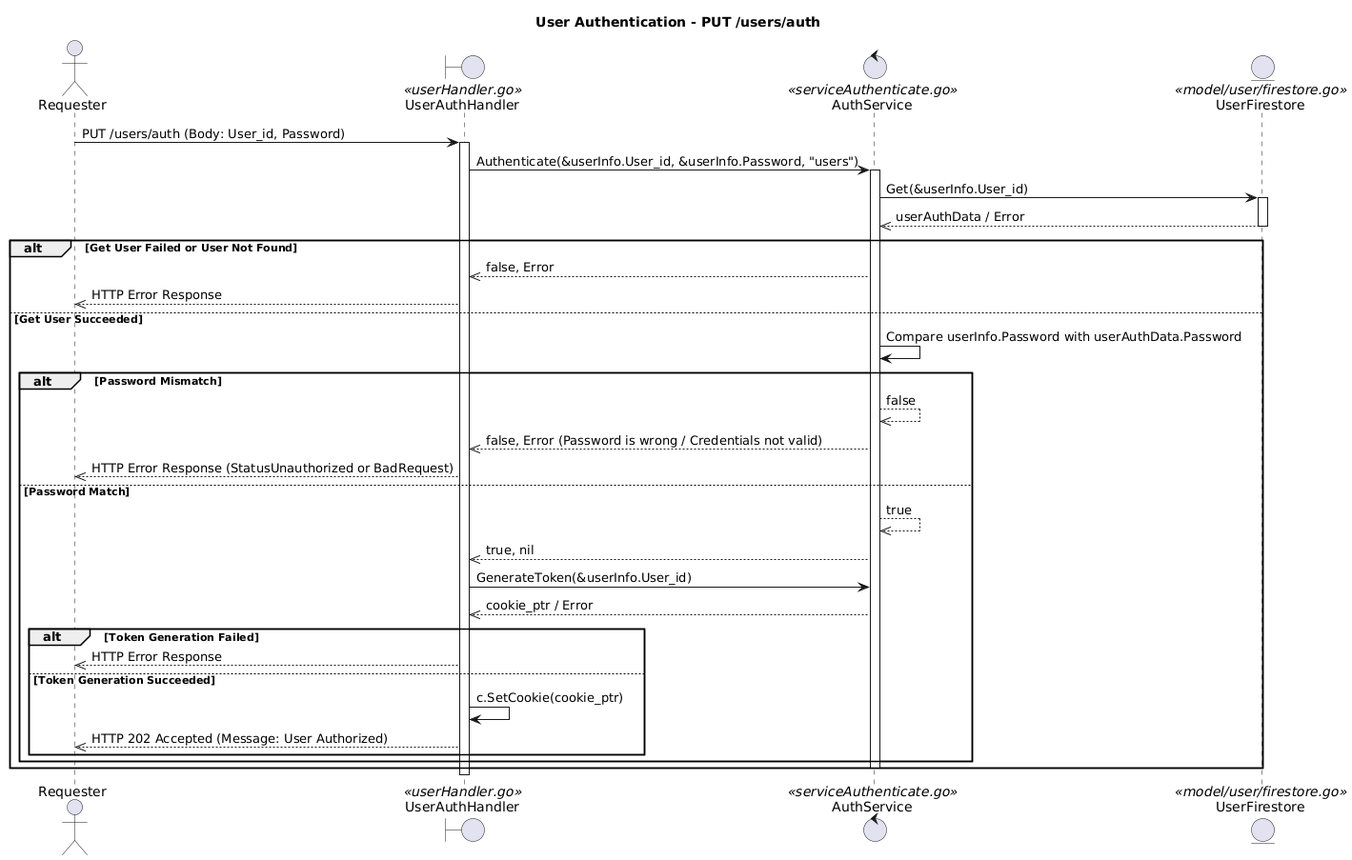
Before: docs/Authentication and Authorization/SequenciaAuthentication.png, a diagram exported from PlantUML (JulioKobayashiEbury/BankingAPI).
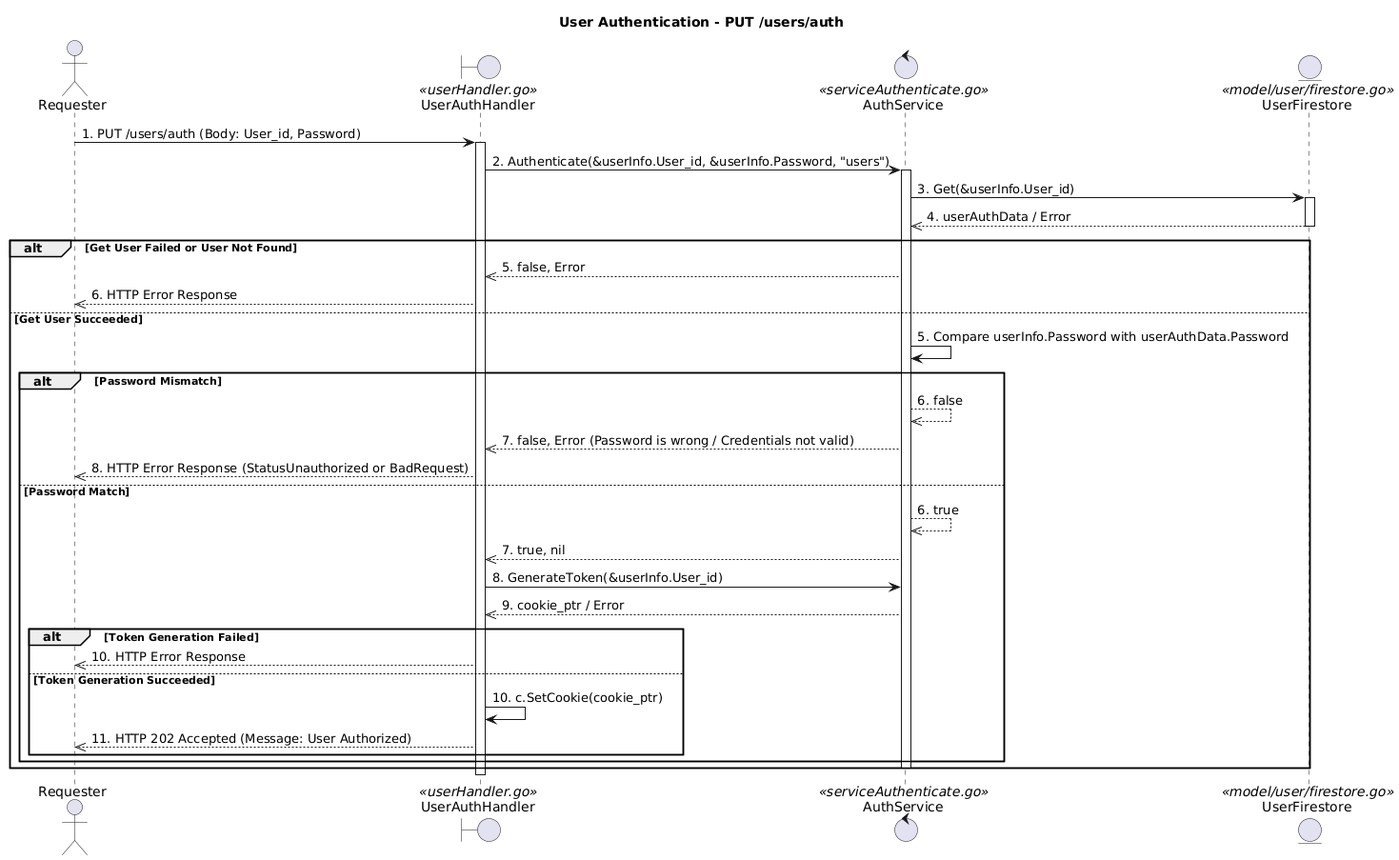
The same diagram one commit later.

Change to the diagram source:
```diff
@@ -6,37 +6,37 @@
 control AuthService <<serviceAuthenticate.go>>
 entity UserFirestore <<model/user/firestore.go>>
 
-Requester -> UserAuthHandler : PUT /users/auth (Body: User_id, Password)
+Requester -> UserAuthHandler : 1. PUT /users/auth (Body: User_id, Password)
 activate UserAuthHandler
 
-UserAuthHandler -> AuthService : Authenticate(&userInfo.User_id, &userInfo.Password, "users")
+UserAuthHandler -> AuthService : 2. Authenticate(&userInfo.User_id, &userInfo.Password, "users")
 activate AuthService
-AuthService -> UserFirestore : Get(&userInfo.User_id)
+AuthService -> UserFirestore : 3. Get(&userInfo.User_id)
 activate UserFirestore
-UserFirestore -->> AuthService : userAuthData / Error
+UserFirestore -->> AuthService : 4. userAuthData / Error
 deactivate UserFirestore
 
 alt Get User Failed or User Not Found
-    AuthService -->> UserAuthHandler : false, Error
-    UserAuthHandler -->> Requester : HTTP Error Response
+    AuthService -->> UserAuthHandler : 5. false, Error
+    UserAuthHandler -->> Requester : 6. HTTP Error Response
 else Get User Succeeded
-    AuthService -> AuthService : Compare userInfo.Password with userAuthData.Password
+    AuthService -> AuthService : 5. Compare userInfo.Password with userAuthData.Password
     alt Password Mismatch
-        AuthService -->> AuthService : false
-        AuthService -->> UserAuthHandler : false, Error (Password is wrong / Credentials not valid)
-        UserAuthHandler -->> Requester : HTTP Error Response (StatusUnauthorized or BadRequest)
+        AuthService -->> AuthService : 6. false
+        AuthService -->> UserAuthHandler : 7. false, Error (Password is wrong / Credentials not valid)
+        UserAuthHandler -->> Requester : 8. HTTP Error Response (StatusUnauthorized or BadRequest)
     else Password Match
-        AuthService -->> AuthService : true
-        AuthService -->> UserAuthHandler : true, nil
+        AuthService -->> AuthService : 6. true
+        AuthService -->> UserAuthHandler : 7. true, nil
 
-        UserAuthHandler -> AuthService : GenerateToken(&userInfo.User_id)
-        AuthService -->> UserAuthHandler : cookie_ptr / Error
+        UserAuthHandler -> AuthService : 8. GenerateToken(&userInfo.User_id)
+        AuthService -->> UserAuthHandler : 9. cookie_ptr / Error
 
         alt Token Generation Failed
-            UserAuthHandler -->> Requester : HTTP Error Response
+            UserAuthHandler -->> Requester : 10. HTTP Error Response
         else Token Generation Succeeded
-            UserAuthHandler -> UserAuthHandler : c.SetCookie(cookie_ptr)
-            UserAuthHandler -->> Requester : HTTP 202 Accepted (Message: User Authorized)
+            UserAuthHandler -> UserAuthHandler : 10. c.SetCookie(cookie_ptr)
+            UserAuthHandler -->> Requester : 11. HTTP 202 Accepted (Message: User Authorized)
         end
     end
     deactivate AuthService
```
